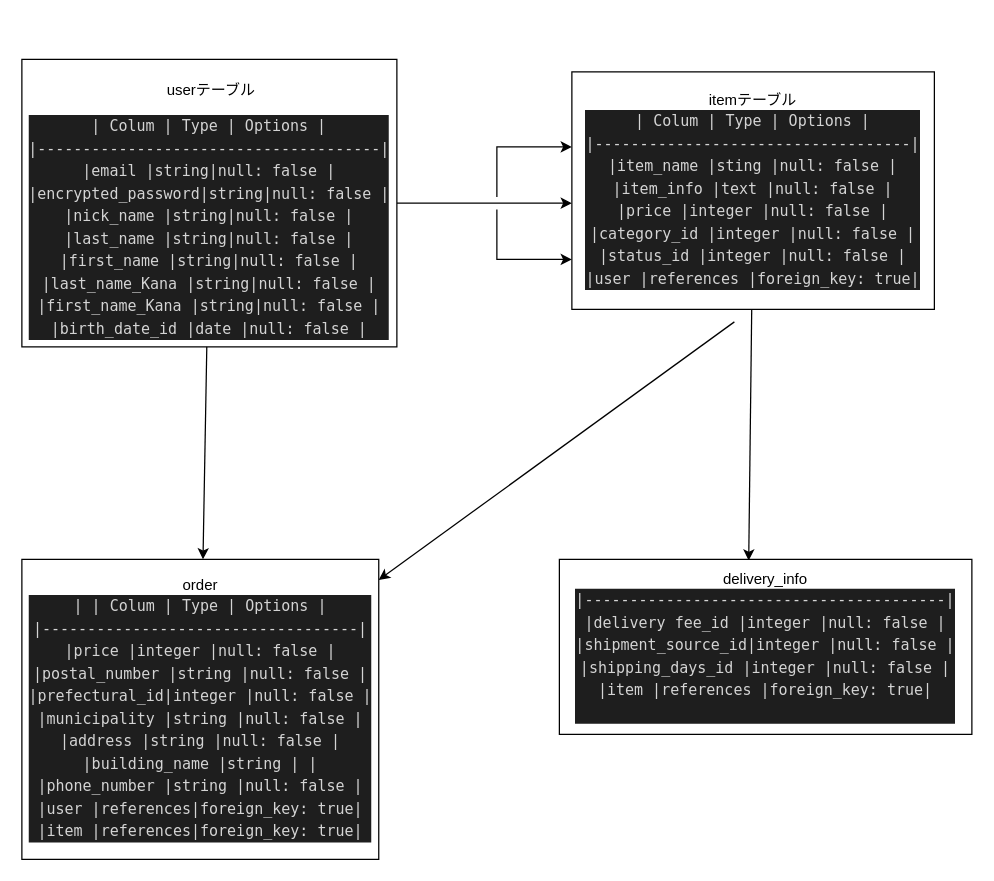
kenshiro0107/furima-31158 keeps this draw.io diagram as furima.dio. Above is the earlier version. Source tidied: cells renumbered, new cells numbered last; positions are measured from the earlier drawing's top-left corner, leaving out a move shared by most shapes. Both pictures are drawn from the tidied source at 125%, with x=0, y=0 at pixel (21, 59).
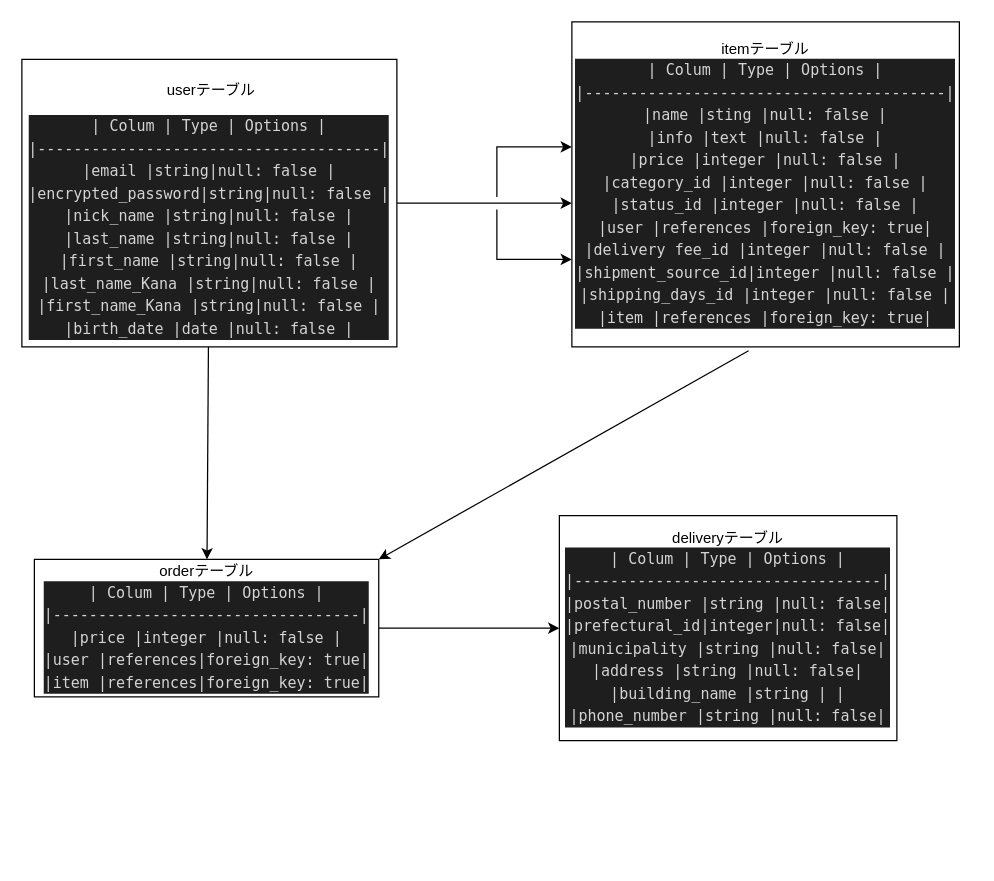
Above is the later version.

Commit message (it also covers changes not shown here):
データベース再々修正

What changed in the source:
```diff
@@
 <mxGraphModel>
   <root>
     <mxCell id="0" />
     <mxCell id="1" parent="0" />
     <mxCell id="2" style="edgeStyle=none;rounded=0;jettySize=auto;html=1;" parent="1" edge="1" source="4">
       <mxGeometry relative="1" as="geometry">
         <mxPoint x="440" y="115" as="targetPoint" />
       </mxGeometry>
     </mxCell>
     <mxCell id="3" style="edgeStyle=none;rounded=0;orthogonalLoop=1;jettySize=auto;html=1;" parent="1" edge="1">
       <mxGeometry relative="1" as="geometry">
         <mxPoint x="380" y="110" as="sourcePoint" />
         <mxPoint x="440" y="70" as="targetPoint" />
         <Array as="points">
           <mxPoint x="380" y="70" />
         </Array>
       </mxGeometry>
     </mxCell>
-    <mxCell id="4" value="&lt;p&gt;&amp;nbsp;userテーブル&lt;/p&gt;&lt;div style=&quot;color: rgb(212 , 212 , 212) ; background-color: rgb(30 , 30 , 30) ; font-family: &amp;#34;menlo&amp;#34; , &amp;#34;monaco&amp;#34; , &amp;#34;courier new&amp;#34; , monospace ; line-height: 18px&quot;&gt;&lt;div style=&quot;font-family: &amp;#34;menlo&amp;#34; , &amp;#34;monaco&amp;#34; , &amp;#34;courier new&amp;#34; , monospace ; line-height: 18px&quot;&gt;&lt;div style=&quot;font-family: &amp;#34;menlo&amp;#34; , &amp;#34;monaco&amp;#34; , &amp;#34;courier new&amp;#34; , monospace ; line-height: 18px&quot;&gt;&lt;div&gt;| Colum            | Type | Options    |&lt;/div&gt;&lt;div&gt;|--------------------------------------|&lt;/div&gt;&lt;div&gt;|email             |string|null: false |&lt;/div&gt;&lt;div&gt;|encrypted_password|string|null: false |&lt;/div&gt;&lt;div&gt;|nick_name         |string|null: false |&lt;/div&gt;&lt;div&gt;|last_name         |string|null: false |&lt;/div&gt;&lt;div&gt;|first_name        |string|null: false |&lt;/div&gt;&lt;div&gt;|last_name_Kana    |string|null: false |&lt;/div&gt;&lt;div&gt;|first_name_Kana   |string|null: false |&lt;/div&gt;&lt;div&gt;|birth_date_id     |date  |null: false |&lt;/div&gt;&lt;/div&gt;&lt;/div&gt;&lt;/div&gt;" style="whiteSpace=wrap;html=1;" parent="1" vertex="1">
+    <mxCell id="4" value="&lt;p&gt;&amp;nbsp;userテーブル&lt;/p&gt;&lt;div style=&quot;color: rgb(212 , 212 , 212) ; background-color: rgb(30 , 30 , 30) ; font-family: &amp;#34;menlo&amp;#34; , &amp;#34;monaco&amp;#34; , &amp;#34;courier new&amp;#34; , monospace ; line-height: 18px&quot;&gt;&lt;div&gt;| Colum            | Type | Options    |&lt;/div&gt;&lt;div&gt;|--------------------------------------|&lt;/div&gt;&lt;div&gt;|email             |string|null: false |&lt;/div&gt;&lt;div&gt;|encrypted_password|string|null: false |&lt;/div&gt;&lt;div&gt;|nick_name         |string|null: false |&lt;/div&gt;&lt;div&gt;|last_name         |string|null: false |&lt;/div&gt;&lt;div&gt;|first_name        |string|null: false |&lt;/div&gt;&lt;div&gt;|last_name_Kana    |string|null: false |&lt;/div&gt;&lt;div&gt;|first_name_Kana   |string|null: false |&lt;/div&gt;&lt;div&gt;|birth_date        |date  |null: false |&lt;/div&gt;&lt;/div&gt;" style="whiteSpace=wrap;html=1;" parent="1" vertex="1">
       <mxGeometry width="300" height="230" as="geometry" />
     </mxCell>
-    <mxCell id="5" style="edgeStyle=none;rounded=0;jettySize=auto;html=1;entryX=0.459;entryY=0.007;entryDx=0;entryDy=0;entryPerimeter=0;" parent="1" edge="1" source="6" target="11">
-      <mxGeometry relative="1" as="geometry" />
-    </mxCell>
-    <mxCell id="6" value="itemテーブル&lt;br&gt;&lt;div style=&quot;color: rgb(212 , 212 , 212) ; background-color: rgb(30 , 30 , 30) ; font-family: &amp;#34;menlo&amp;#34; , &amp;#34;monaco&amp;#34; , &amp;#34;courier new&amp;#34; , monospace ; line-height: 18px&quot;&gt;&lt;div style=&quot;font-family: &amp;#34;menlo&amp;#34; , &amp;#34;monaco&amp;#34; , &amp;#34;courier new&amp;#34; , monospace ; line-height: 18px&quot;&gt;&lt;div style=&quot;font-family: &amp;#34;menlo&amp;#34; , &amp;#34;monaco&amp;#34; , &amp;#34;courier new&amp;#34; , monospace ; line-height: 18px&quot;&gt;&lt;div&gt;| Colum         | Type        | Options         |&lt;/div&gt;&lt;div&gt;|-----------------------------------|&lt;/div&gt;&lt;div&gt;|item_name      |sting        |null: false      |&lt;/div&gt;&lt;div&gt;|item_info      |text         |null: false      |&lt;/div&gt;&lt;div&gt;|price          |integer      |null: false      |&lt;/div&gt;&lt;div&gt;|category_id    |integer      |null: false      |&lt;/div&gt;&lt;div&gt;|status_id      |integer      |null: false      |&lt;/div&gt;&lt;div&gt;|user           |references   |foreign_key: true|&lt;/div&gt;&lt;/div&gt;&lt;/div&gt;&lt;/div&gt;" style="whiteSpace=wrap;html=1;" parent="1" vertex="1">
-      <mxGeometry x="440" y="10" width="290" height="190" as="geometry" />
+    <mxCell id="6" value="itemテーブル&lt;br&gt;&lt;div style=&quot;color: rgb(212 , 212 , 212) ; background-color: rgb(30 , 30 , 30) ; font-family: &amp;#34;menlo&amp;#34; , &amp;#34;monaco&amp;#34; , &amp;#34;courier new&amp;#34; , monospace ; line-height: 18px&quot;&gt;&lt;div style=&quot;font-family: &amp;#34;menlo&amp;#34; , &amp;#34;monaco&amp;#34; , &amp;#34;courier new&amp;#34; , monospace ; line-height: 18px&quot;&gt;&lt;div style=&quot;font-family: &amp;#34;menlo&amp;#34; , &amp;#34;monaco&amp;#34; , &amp;#34;courier new&amp;#34; , monospace ; line-height: 18px&quot;&gt;&lt;div style=&quot;font-family: &amp;#34;menlo&amp;#34; , &amp;#34;monaco&amp;#34; , &amp;#34;courier new&amp;#34; , monospace ; line-height: 18px&quot;&gt;&lt;div&gt;| Colum            | Type        | Options         |&lt;/div&gt;&lt;div&gt;|----------------------------------------|&lt;/div&gt;&lt;div&gt;|name              |sting        |null: false      |&lt;/div&gt;&lt;div&gt;|info              |text         |null: false      |&lt;/div&gt;&lt;div&gt;|price             |integer      |null: false      |&lt;/div&gt;&lt;div&gt;|category_id       |integer      |null: false      |&lt;/div&gt;&lt;div&gt;|status_id         |integer      |null: false      |&lt;/div&gt;&lt;div&gt;|user              |references   |foreign_key: true|&lt;/div&gt;&lt;div&gt;|delivery fee_id   |integer      |null: false      |&lt;/div&gt;&lt;div&gt;|shipment_source_id|integer      |null: false      |&lt;/div&gt;&lt;div&gt;|shipping_days_id  |integer      |null: false      |&lt;/div&gt;&lt;div&gt;|item              |references   |foreign_key: true|&lt;/div&gt;&lt;/div&gt;&lt;/div&gt;&lt;/div&gt;&lt;/div&gt;" style="whiteSpace=wrap;html=1;" parent="1" vertex="1">
+      <mxGeometry x="440" y="-30" width="310" height="260" as="geometry" />
     </mxCell>
-    <mxCell id="7" style="edgeStyle=none;rounded=0;jettySize=auto;html=1;" parent="1" edge="1" target="9">
-      <mxGeometry relative="1" as="geometry">
-        <mxPoint x="570" y="210" as="sourcePoint" />
-      </mxGeometry>
+    <mxCell id="7" style="edgeStyle=none;rounded=0;jettySize=auto;html=1;exitX=0.456;exitY=1.012;exitDx=0;exitDy=0;exitPerimeter=0;entryX=1;entryY=0;entryDx=0;entryDy=0;" parent="1" edge="1" source="6" target="9">
+      <mxGeometry relative="1" as="geometry" />
     </mxCell>
     <mxCell id="8" style="edgeStyle=none;rounded=0;jettySize=auto;html=1;" parent="1" edge="1" source="4" target="9">
       <mxGeometry relative="1" as="geometry" />
     </mxCell>
+    <mxCell id="12" style="edgeStyle=none;rounded=0;jettySize=auto;html=1;" parent="1" edge="1" source="9">
+      <mxGeometry relative="1" as="geometry">
+        <mxPoint x="430" y="455" as="targetPoint" />
+      </mxGeometry>
+    </mxCell>
-    <mxCell id="9" value="order&lt;br&gt;&lt;div style=&quot;color: rgb(212 , 212 , 212) ; background-color: rgb(30 , 30 , 30) ; font-family: &amp;#34;menlo&amp;#34; , &amp;#34;monaco&amp;#34; , &amp;#34;courier new&amp;#34; , monospace ; line-height: 18px&quot;&gt;&lt;div style=&quot;font-family: &amp;#34;menlo&amp;#34; , &amp;#34;monaco&amp;#34; , &amp;#34;courier new&amp;#34; , monospace ; line-height: 18px&quot;&gt;|&amp;nbsp;&lt;span style=&quot;font-family: &amp;#34;menlo&amp;#34; , &amp;#34;monaco&amp;#34; , &amp;#34;courier new&amp;#34; , monospace&quot;&gt;| Colum        | Type     | Options         |&lt;/span&gt;&lt;br&gt;&lt;/div&gt;&lt;div style=&quot;font-family: &amp;#34;menlo&amp;#34; , &amp;#34;monaco&amp;#34; , &amp;#34;courier new&amp;#34; , monospace ; line-height: 18px&quot;&gt;&lt;div&gt;|-----------------------------------|&lt;/div&gt;&lt;div&gt;|price         |integer   |null: false      |&lt;/div&gt;&lt;div&gt;|postal_number |string    |null: false      |&lt;/div&gt;&lt;div&gt;|prefectural_id|integer   |null: false      |&lt;/div&gt;&lt;div&gt;|municipality  |string    |null: false      |&lt;/div&gt;&lt;div&gt;|address       |string    |null: false      |&lt;/div&gt;&lt;div&gt;|building_name |string    |                 |&lt;/div&gt;&lt;div&gt;|phone_number  |string    |null: false      |&lt;/div&gt;&lt;div&gt;|user          |references|foreign_key: true|&lt;/div&gt;&lt;div&gt;|item          |references|foreign_key: true|&lt;/div&gt;&lt;/div&gt;&lt;/div&gt;" style="whiteSpace=wrap;html=1;" parent="1" vertex="1">
-      <mxGeometry y="400" width="285.5" height="240" as="geometry" />
+    <mxCell id="9" value="orderテーブル&lt;br&gt;&lt;div style=&quot;color: rgb(212 , 212 , 212) ; background-color: rgb(30 , 30 , 30) ; font-family: &amp;#34;menlo&amp;#34; , &amp;#34;monaco&amp;#34; , &amp;#34;courier new&amp;#34; , monospace ; line-height: 18px&quot;&gt;&lt;div&gt;| Colum        | Type     | Options         |&lt;/div&gt;&lt;div&gt;|----------------------------------|&lt;/div&gt;&lt;div&gt;|price         |integer   |null: false      |&lt;/div&gt;&lt;div&gt;|user          |references|foreign_key: true|&lt;/div&gt;&lt;div&gt;|item          |references|foreign_key: true|&lt;/div&gt;&lt;/div&gt;" style="whiteSpace=wrap;html=1;" parent="1" vertex="1">
+      <mxGeometry x="10" y="400" width="275.5" height="110" as="geometry" />
     </mxCell>
     <mxCell id="10" style="edgeStyle=none;rounded=0;orthogonalLoop=1;jettySize=auto;html=1;" parent="1" edge="1">
       <mxGeometry relative="1" as="geometry">
         <mxPoint x="380" y="120" as="sourcePoint" />
         <mxPoint x="440" y="160" as="targetPoint" />
         <Array as="points">
           <mxPoint x="380" y="160" />
         </Array>
       </mxGeometry>
     </mxCell>
-    <mxCell id="11" value="delivery_info&lt;br&gt;&lt;div style=&quot;color: rgb(212 , 212 , 212) ; background-color: rgb(30 , 30 , 30) ; font-family: &amp;#34;menlo&amp;#34; , &amp;#34;monaco&amp;#34; , &amp;#34;courier new&amp;#34; , monospace ; line-height: 18px&quot;&gt;&lt;div&gt;|----------------------------------------|&lt;/div&gt;&lt;div&gt;|delivery fee_id   |integer      |null: false      |&lt;/div&gt;&lt;div&gt;|shipment_source_id|integer      |null: false      |&lt;/div&gt;&lt;div&gt;|shipping_days_id  |integer      |null: false      |&lt;/div&gt;&lt;div&gt;|item              |references   |foreign_key: true|&lt;/div&gt;&lt;br&gt;&lt;/div&gt;" style="whiteSpace=wrap;html=1;" parent="1" vertex="1">
-      <mxGeometry x="430" y="400" width="330" height="140" as="geometry" />
+    <mxCell id="11" value="deliveryテーブル&lt;br&gt;&lt;div style=&quot;color: rgb(212 , 212 , 212) ; background-color: rgb(30 , 30 , 30) ; font-family: &amp;#34;menlo&amp;#34; , &amp;#34;monaco&amp;#34; , &amp;#34;courier new&amp;#34; , monospace ; line-height: 18px&quot;&gt;&lt;div style=&quot;font-family: &amp;#34;menlo&amp;#34; , &amp;#34;monaco&amp;#34; , &amp;#34;courier new&amp;#34; , monospace ; line-height: 18px&quot;&gt;&lt;div&gt;| Colum        | Type  | Options   |&lt;/div&gt;&lt;div&gt;|----------------------------------|&lt;/div&gt;&lt;div&gt;|postal_number |string |null: false|&lt;/div&gt;&lt;div&gt;|prefectural_id|integer|null: false|&lt;/div&gt;&lt;div&gt;|municipality  |string |null: false|&lt;/div&gt;&lt;div&gt;|address       |string |null: false|&lt;/div&gt;&lt;div&gt;|building_name |string |           |&lt;/div&gt;&lt;div&gt;|phone_number  |string |null: false|&lt;/div&gt;&lt;/div&gt;&lt;/div&gt;" style="whiteSpace=wrap;html=1;" parent="1" vertex="1">
+      <mxGeometry x="430" y="365" width="270" height="180" as="geometry" />
     </mxCell>
   </root>
 </mxGraphModel>
```
